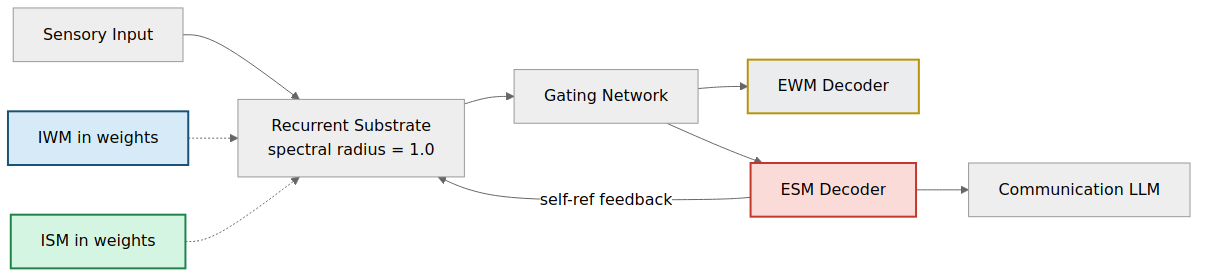
Before: docs/engineering/designs/pdf/png/design-03-simple.png, a diagram exported from Mermaid (JeltzProstetnic/aIware). Its source is kept beside it as docs/engineering/designs/pdf/mmd/design-03-simple.mmd.
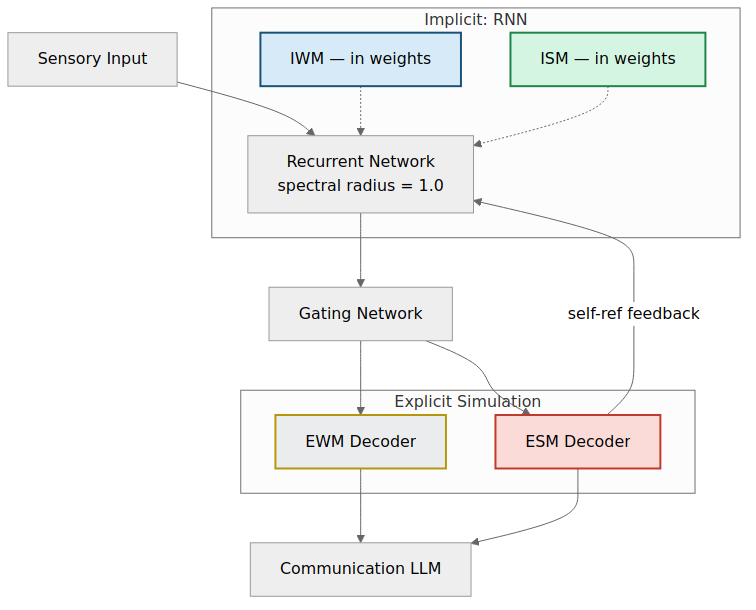
The same diagram one commit later.

What changed in the source:
```diff
@@ -1,12 +1,22 @@
-graph LR
-    SENS[Sensory Input] --> RNN[Recurrent Substrate<br/>spectral radius = 1.0]
-    RNN --> GATE[Gating Network]
-    GATE --> EWM[EWM Decoder]
-    GATE --> ESM[ESM Decoder]
+graph TD
+    SENS[Sensory Input] --> RNN
+    subgraph IMPL["Implicit: RNN"]
+        RNN["Recurrent Network<br/>spectral radius = 1.0"]
+        IWM["IWM — in weights"]
+        ISM["ISM — in weights"]
+    end
+    IWM -.-> RNN
+    ISM -.-> RNN
+    RNN --> GATE["Gating Network"]
+    GATE --> EWM
+    GATE --> ESM
+    subgraph EXPL["Explicit Simulation"]
+        EWM["EWM Decoder"]
+        ESM["ESM Decoder"]
+    end
     ESM -->|self-ref feedback| RNN
-    ESM --> COMM[Communication LLM]
-    IWM[IWM in weights] -.-> RNN
-    ISM[ISM in weights] -.-> RNN
+    EWM --> COMM[Communication LLM]
+    ESM --> COMM
     style IWM fill:#D6EAF8,stroke:#1A5276,stroke-width:2px
     style ISM fill:#D5F5E3,stroke:#1E8449,stroke-width:2px
     style EWM fill:#EAECEE,stroke:#B7950B,stroke-width:2px
```
